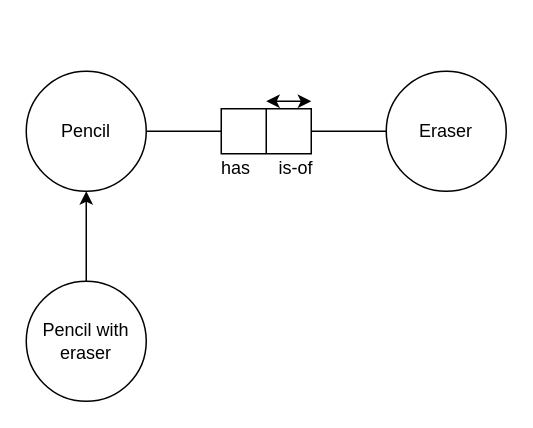
Earlier version of the draw.io diagram Concept-5.2.drawio (DenelDuck/drawio). Source tidied: cells renumbered, new cells numbered last; positions are measured from the earlier drawing's top-left corner, leaving out a move shared by most shapes. Both pictures are drawn from the tidied source at 150%, with x=0, y=0 at pixel (26, 70).
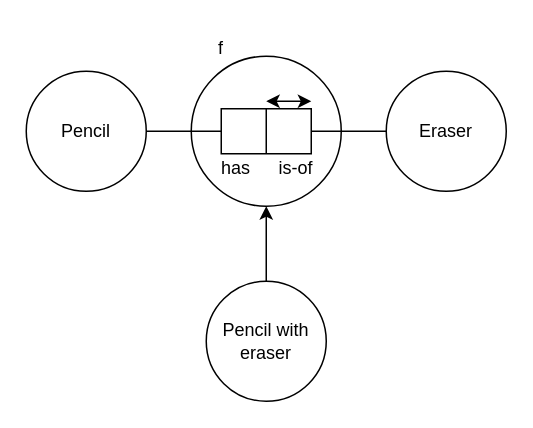
After the change.

What changed in the source:
```diff
@@
 <mxGraphModel>
   <root>
     <mxCell id="0" />
     <mxCell id="1" parent="0" />
+    <mxCell id="12" style="ellipse;whiteSpace=wrap;html=1;" parent="1" vertex="1">
+      <mxGeometry x="110" y="-10" width="100" height="100" as="geometry" />
+    </mxCell>
     <mxCell id="2" value="Pencil" style="ellipse;whiteSpace=wrap;html=1;" parent="1" vertex="1">
       <mxGeometry width="80" height="80" as="geometry" />
     </mxCell>
     <mxCell id="3" value="&lt;div&gt;Pencil with&lt;/div&gt;&lt;div&gt;eraser&lt;br&gt;&lt;/div&gt;" style="ellipse;whiteSpace=wrap;html=1;" parent="1" vertex="1">
-      <mxGeometry y="140" width="80" height="80" as="geometry" />
+      <mxGeometry x="120" y="140" width="80" height="80" as="geometry" />
     </mxCell>
     <mxCell id="4" value="Eraser" style="ellipse;whiteSpace=wrap;html=1;" parent="1" vertex="1">
       <mxGeometry x="240" width="80" height="80" as="geometry" />
     </mxCell>
     <mxCell id="5" style="shape=process;whiteSpace=wrap;html=1;backgroundOutline=1;size=0.5;" parent="1" vertex="1">
       <mxGeometry x="130" y="25" width="60" height="30" as="geometry" />
     </mxCell>
-    <mxCell id="6" style="endArrow=classic;html=1;rounded=0;entryX=0.5;entryY=1;entryDx=0;entryDy=0;exitX=0.5;exitY=0;exitDx=0;exitDy=0;" parent="1" edge="1" source="3" target="2">
+    <mxCell id="6" style="endArrow=classic;html=1;rounded=0;entryX=0.5;entryY=1;entryDx=0;entryDy=0;exitX=0.5;exitY=0;exitDx=0;exitDy=0;" parent="1" edge="1" source="3" target="12">
       <mxGeometry relative="1" as="geometry" />
     </mxCell>
     <mxCell id="7" style="endArrow=none;html=1;rounded=0;exitX=1;exitY=0.5;exitDx=0;exitDy=0;entryX=0;entryY=0.5;entryDx=0;entryDy=0;startArrow=none;startFill=0;" parent="1" edge="1" source="2" target="5">
       <mxGeometry relative="1" as="geometry" />
     </mxCell>
     <mxCell id="8" style="endArrow=none;html=1;rounded=0;entryX=0;entryY=0.5;entryDx=0;entryDy=0;exitX=1;exitY=0.5;exitDx=0;exitDy=0;endFill=0;" parent="1" edge="1" source="5" target="4">
       <mxGeometry relative="1" as="geometry" />
     </mxCell>
     <mxCell id="9" value="&lt;div&gt;has&lt;/div&gt;" style="text;html=1;strokeColor=none;fillColor=none;align=center;verticalAlign=middle;whiteSpace=wrap;rounded=0;" parent="1" vertex="1">
       <mxGeometry x="110" y="50" width="60" height="30" as="geometry" />
     </mxCell>
     <mxCell id="10" value="is-of" style="text;html=1;strokeColor=none;fillColor=none;align=center;verticalAlign=middle;whiteSpace=wrap;rounded=0;" parent="1" vertex="1">
       <mxGeometry x="150" y="50" width="60" height="30" as="geometry" />
     </mxCell>
     <mxCell id="11" style="endArrow=classic;startArrow=classic;html=1;rounded=0;" parent="1" edge="1">
       <mxGeometry relative="1" as="geometry">
         <mxPoint x="160" y="20" as="sourcePoint" />
         <mxPoint x="190" y="20" as="targetPoint" />
       </mxGeometry>
     </mxCell>
+    <mxCell id="13" value="f" style="text;html=1;strokeColor=none;fillColor=none;align=center;verticalAlign=middle;whiteSpace=wrap;rounded=0;" parent="1" vertex="1">
+      <mxGeometry x="100" y="-30" width="60" height="30" as="geometry" />
+    </mxCell>
   </root>
 </mxGraphModel>
```
